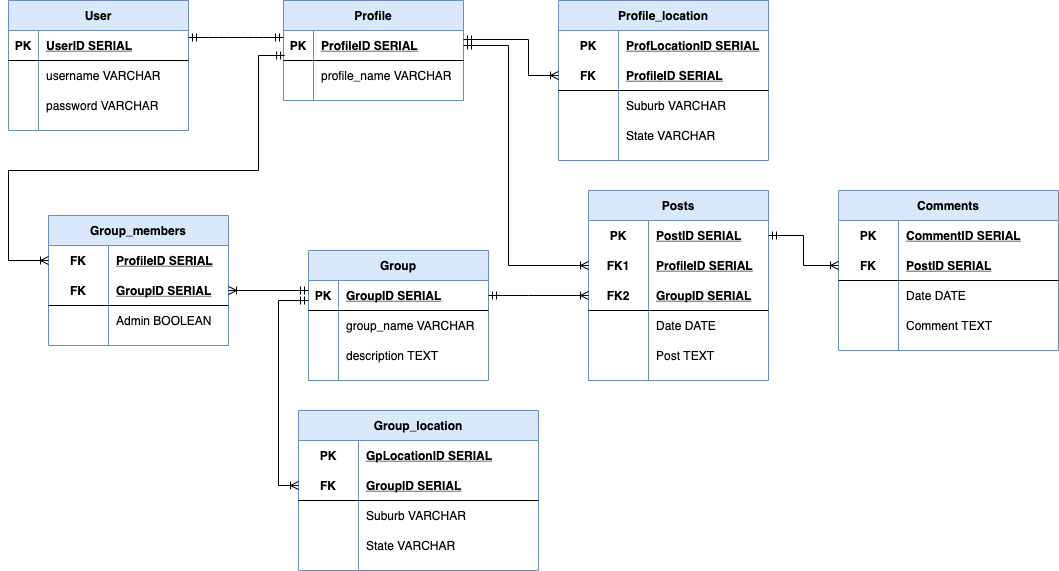
Earlier version of the draw.io export docs/ERD.png (ashley190/T4A2-deployment-exercise). Source tidied: cells renumbered, new cells last; positions are measured from the earlier drawing's top-left corner, leaving out a move shared by most shapes.
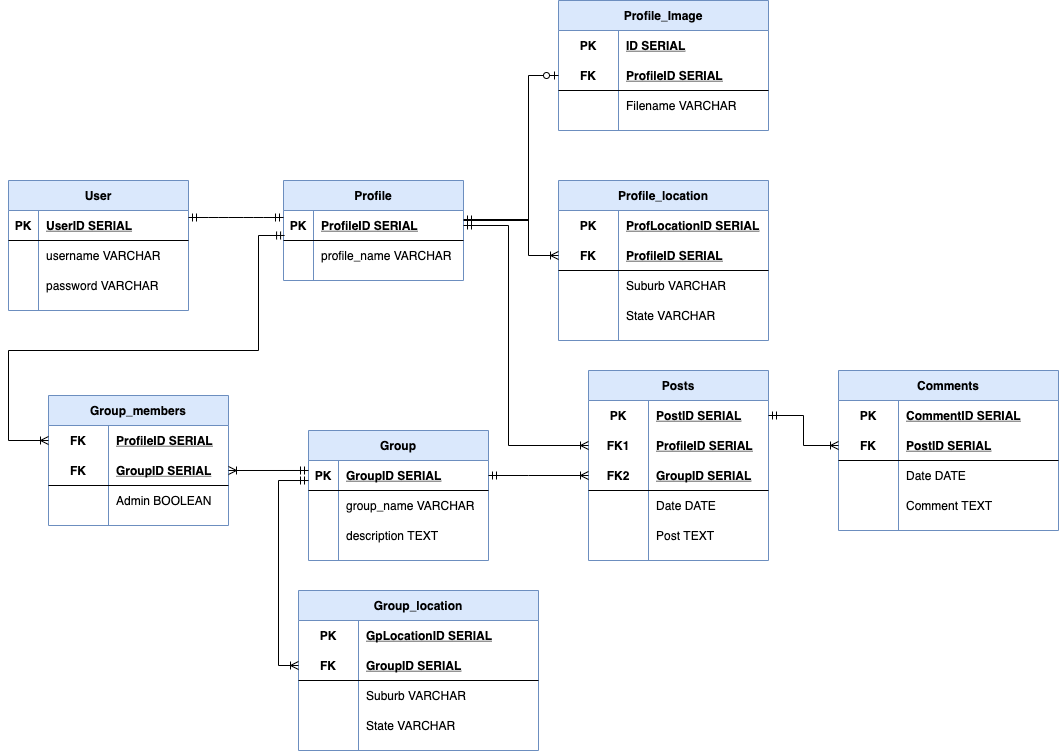
The same file after the commit.

Diff of the diagram source:
```diff
@@ -338,5 +338,44 @@
     <mxCell id="101" style="edgeStyle=orthogonalEdgeStyle;rounded=0;jettySize=auto;html=1;exitX=1;exitY=0.5;exitDx=0;exitDy=0;entryX=0;entryY=0.5;entryDx=0;entryDy=0;startArrow=ERmandOne;startFill=0;endArrow=ERoneToMany;endFill=0;" parent="1" edge="1" source="71" target="92">
       <mxGeometry relative="1" as="geometry" />
     </mxCell>
+    <mxCell id="102" value="Profile_Image" style="shape=table;startSize=30;rowLines=0;fontStyle=1;align=center;fillColor=#dae8fc;strokeColor=#6c8ebf;" parent="1" vertex="1">
+      <mxGeometry x="550" y="-180" width="210" height="130" as="geometry" />
+    </mxCell>
+    <mxCell id="103" style="shape=partialRectangle;fillColor=none;top=0;left=0;bottom=0;right=0;" parent="102" vertex="1">
+      <mxGeometry y="30" width="210" height="30" as="geometry" />
+    </mxCell>
+    <mxCell id="104" value="PK" style="shape=partialRectangle;fillColor=none;top=0;left=0;bottom=0;right=0;fontStyle=1;overflow=hidden;" parent="103" vertex="1">
+      <mxGeometry width="60" height="30" as="geometry" />
+    </mxCell>
+    <mxCell id="105" value="ID SERIAL" style="shape=partialRectangle;fillColor=none;top=0;left=0;bottom=0;right=0;align=left;spacingLeft=6;fontStyle=5;overflow=hidden;" parent="103" vertex="1">
+      <mxGeometry x="60" width="150" height="30" as="geometry" />
+    </mxCell>
+    <mxCell id="106" style="shape=partialRectangle;fillColor=none;top=0;left=0;bottom=1;right=0;points=[[0,0.5],[1,0.5]];portConstraint=eastwest;" parent="102" vertex="1">
+      <mxGeometry y="60" width="210" height="30" as="geometry" />
+    </mxCell>
+    <mxCell id="107" value="FK" style="shape=partialRectangle;fillColor=none;top=0;left=0;bottom=0;right=0;fontStyle=1;overflow=hidden;" parent="106" vertex="1">
+      <mxGeometry width="60" height="30" as="geometry" />
+    </mxCell>
+    <mxCell id="108" value="ProfileID SERIAL" style="shape=partialRectangle;fillColor=none;top=0;left=0;bottom=0;right=0;align=left;spacingLeft=6;fontStyle=5;overflow=hidden;" parent="106" vertex="1">
+      <mxGeometry x="60" width="150" height="30" as="geometry" />
+    </mxCell>
+    <mxCell id="109" style="shape=partialRectangle;fillColor=none;top=0;left=0;bottom=0;right=0;" parent="102" vertex="1">
+      <mxGeometry y="90" width="210" height="30" as="geometry" />
+    </mxCell>
+    <mxCell id="110" style="shape=partialRectangle;fillColor=none;top=0;left=0;bottom=0;right=0;overflow=hidden;" parent="109" vertex="1">
+      <mxGeometry width="60" height="30" as="geometry" />
+    </mxCell>
+    <mxCell id="111" value="Filename VARCHAR" style="shape=partialRectangle;fillColor=none;top=0;left=0;bottom=0;right=0;align=left;spacingLeft=6;overflow=hidden;" parent="109" vertex="1">
+      <mxGeometry x="60" width="150" height="30" as="geometry" />
+    </mxCell>
+    <mxCell id="112" style="edgeStyle=orthogonalEdgeStyle;rounded=0;jettySize=auto;html=1;entryX=0;entryY=0.5;entryDx=0;entryDy=0;endArrow=ERzeroToOne;endFill=1;" parent="1" edge="1" target="106">
+      <mxGeometry relative="1" as="geometry">
+        <mxPoint x="455" y="40" as="sourcePoint" />
+        <Array as="points">
+          <mxPoint x="520" y="40" />
+          <mxPoint x="520" y="-105" />
+        </Array>
+      </mxGeometry>
+    </mxCell>
   </root>
 </mxGraphModel>
```
